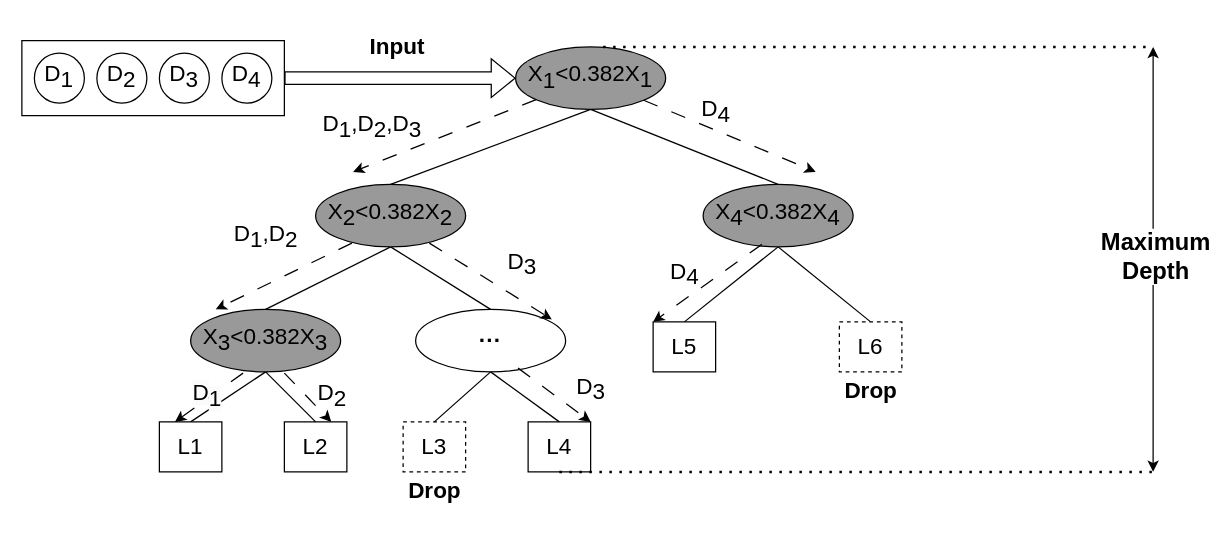
The draw.io diagram testDirectory/创建隔离树过程.drawio in Moose1273/-, before the edit. Source tidied: cells renumbered, new cells numbered last; positions are measured from the earlier drawing's top-left corner, leaving out a move shared by most shapes. Both pictures are drawn from the tidied source at 125%, with x=0, y=0 at pixel (21, 21).
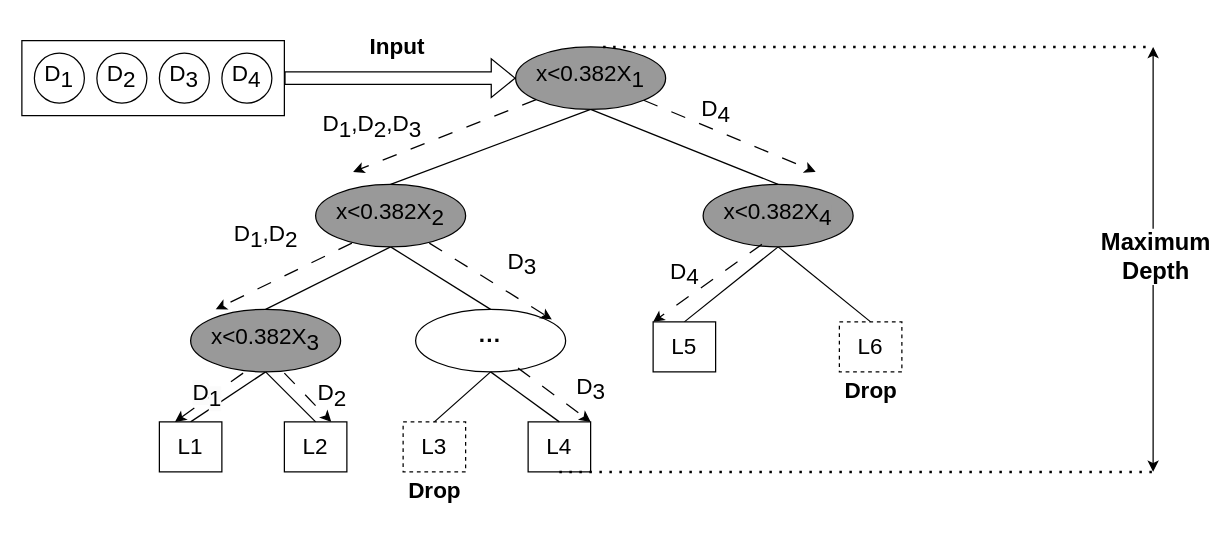
The same page after the edit.

Commit message:
更新创建隔离树过程.drawio

Diff of the diagram source:
```diff
@@
-    <mxCell id="4" value="X&lt;sub style=&quot;border-color: var(--border-color); font-size: 18px; background-color: rgb(153, 153, 153);&quot;&gt;1&lt;/sub&gt;&amp;lt;0.382X&lt;sub style=&quot;border-color: var(--border-color); font-size: 18px;&quot;&gt;1&lt;/sub&gt;" style="ellipse;whiteSpace=wrap;html=1;labelBackgroundColor=#999999;fillColor=#999999;fontSize=18;" parent="1" vertex="1">
+    <mxCell id="4" value="x&amp;lt;0.382X&lt;sub style=&quot;border-color: var(--border-color); font-size: 18px;&quot;&gt;1&lt;/sub&gt;" style="ellipse;whiteSpace=wrap;html=1;labelBackgroundColor=#999999;fillColor=#999999;fontSize=18;" parent="1" vertex="1">
       <mxGeometry x="395" y="20" width="120" height="50" as="geometry" />
     </mxCell>
@@
-    <mxCell id="7" value="X&lt;sub style=&quot;border-color: var(--border-color); background-color: rgb(153, 153, 153); font-size: 18px;&quot;&gt;2&lt;/sub&gt;&amp;lt;0.382X&lt;sub style=&quot;border-color: var(--border-color); background-color: rgb(153, 153, 153); font-size: 18px;&quot;&gt;2&lt;/sub&gt;" style="ellipse;whiteSpace=wrap;html=1;fillColor=#999999;fontSize=18;" parent="1" vertex="1">
+    <mxCell id="7" value="x&amp;lt;0.382X&lt;sub style=&quot;border-color: var(--border-color); background-color: rgb(153, 153, 153); font-size: 18px;&quot;&gt;2&lt;/sub&gt;" style="ellipse;whiteSpace=wrap;html=1;fillColor=#999999;fontSize=18;" parent="1" vertex="1">
       <mxGeometry x="235" y="130" width="120" height="50" as="geometry" />
     </mxCell>
@@
-    <mxCell id="10" value="X&lt;sub style=&quot;border-color: var(--border-color); background-color: rgb(153, 153, 153); font-size: 18px;&quot;&gt;4&lt;/sub&gt;&amp;lt;0.382X&lt;sub style=&quot;border-color: var(--border-color); background-color: rgb(153, 153, 153); font-size: 18px;&quot;&gt;4&lt;/sub&gt;" style="ellipse;whiteSpace=wrap;html=1;fillColor=#999999;fontSize=18;" parent="1" vertex="1">
+    <mxCell id="10" value="x&amp;lt;0.382X&lt;sub style=&quot;border-color: var(--border-color); background-color: rgb(153, 153, 153); font-size: 18px;&quot;&gt;4&lt;/sub&gt;" style="ellipse;whiteSpace=wrap;html=1;fillColor=#999999;fontSize=18;" parent="1" vertex="1">
       <mxGeometry x="545" y="130" width="120" height="50" as="geometry" />
     </mxCell>
@@
-    <mxCell id="19" value="X&lt;sub style=&quot;border-color: var(--border-color); background-color: rgb(153, 153, 153); font-size: 18px;&quot;&gt;3&lt;/sub&gt;&amp;lt;0.382X&lt;sub style=&quot;border-color: var(--border-color); background-color: rgb(153, 153, 153); font-size: 18px;&quot;&gt;3&lt;/sub&gt;" style="ellipse;whiteSpace=wrap;html=1;fillColor=#999999;fontSize=18;" parent="1" vertex="1">
+    <mxCell id="19" value="x&amp;lt;0.382X&lt;sub style=&quot;border-color: var(--border-color); background-color: rgb(153, 153, 153); font-size: 18px;&quot;&gt;3&lt;/sub&gt;" style="ellipse;whiteSpace=wrap;html=1;fillColor=#999999;fontSize=18;" parent="1" vertex="1">
       <mxGeometry x="135" y="230" width="120" height="50" as="geometry" />
     </mxCell>
```
